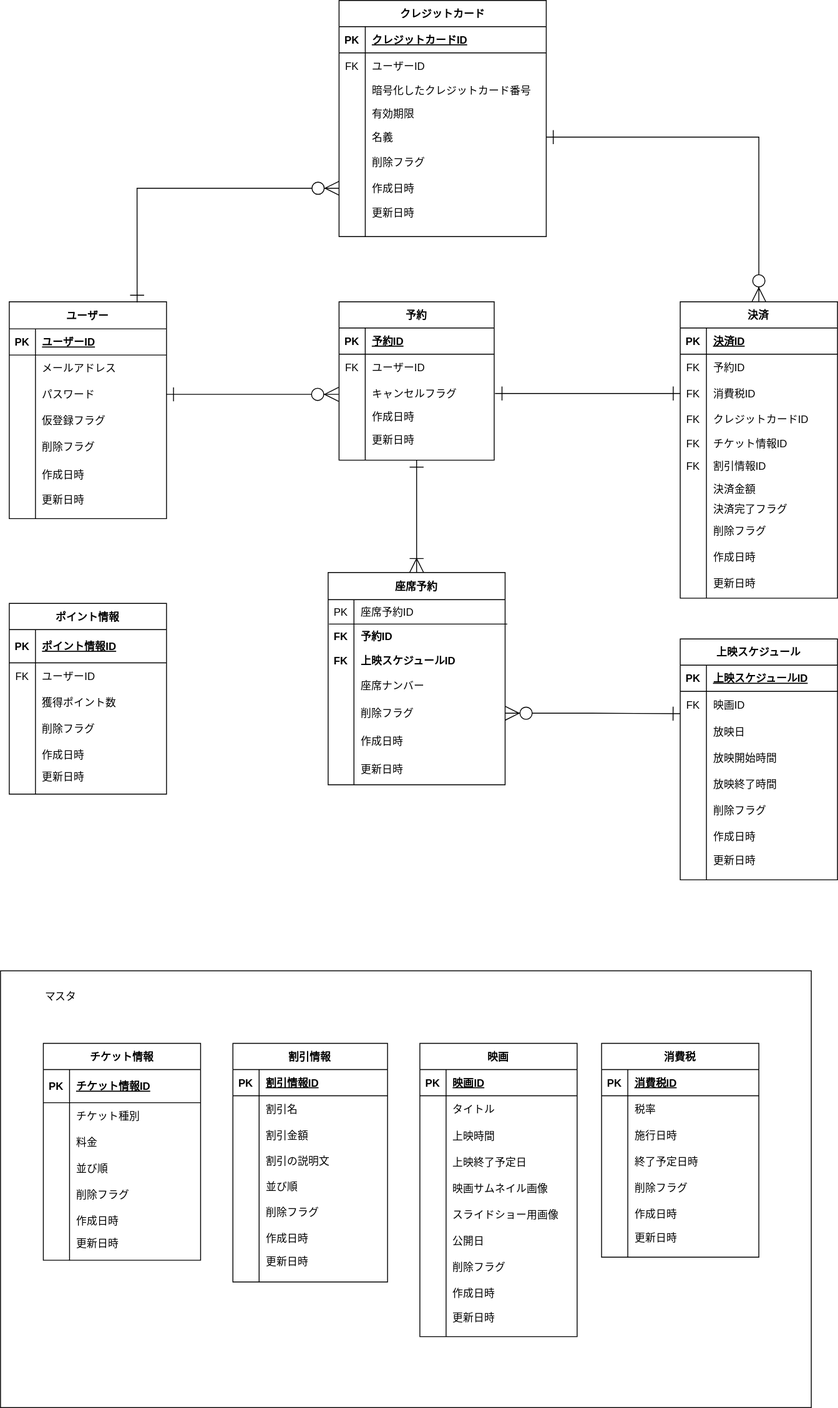
Above: document/team-dev.drawio.svg in labotinc/codegym-team6 (draw.io), before the change. Source tidied: cells renumbered, new cells last; positions are measured from the earlier drawing's top-left corner, leaving out a move shared by most shapes.
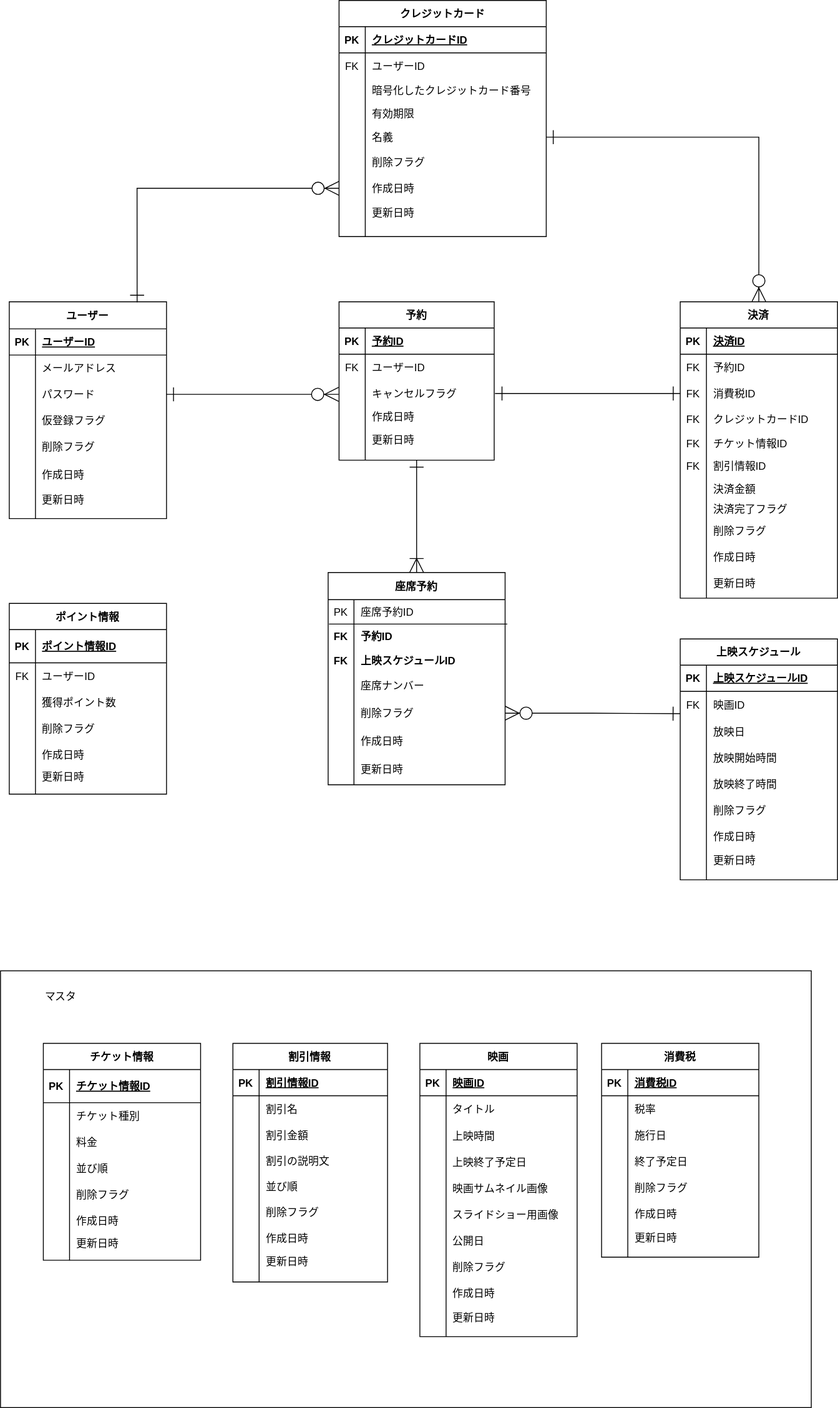
The same file after the commit.

Change to the diagram source:
```diff
@@ -641,7 +641,7 @@
     <mxCell id="214" style="shape=partialRectangle;fillColor=none;top=0;left=0;bottom=0;right=0;overflow=hidden;" parent="213" vertex="1">
       <mxGeometry width="30" height="30" as="geometry" />
     </mxCell>
-    <mxCell id="215" value="施行日時" style="shape=partialRectangle;fillColor=none;top=0;left=0;bottom=0;right=0;align=left;spacingLeft=6;overflow=hidden;" parent="213" vertex="1">
+    <mxCell id="215" value="施行日" style="shape=partialRectangle;fillColor=none;top=0;left=0;bottom=0;right=0;align=left;spacingLeft=6;overflow=hidden;" parent="213" vertex="1">
       <mxGeometry x="30" width="150" height="30" as="geometry" />
     </mxCell>
     <mxCell id="216" style="shape=partialRectangle;fillColor=none;top=0;left=0;bottom=0;right=0;" parent="206" vertex="1">
@@ -650,7 +650,7 @@
     <mxCell id="217" style="shape=partialRectangle;fillColor=none;top=0;left=0;bottom=0;right=0;overflow=hidden;" parent="216" vertex="1">
       <mxGeometry width="30" height="30" as="geometry" />
     </mxCell>
-    <mxCell id="218" value="終了予定日時" style="shape=partialRectangle;fillColor=none;top=0;left=0;bottom=0;right=0;align=left;spacingLeft=6;overflow=hidden;" parent="216" vertex="1">
+    <mxCell id="218" value="終了予定日" style="shape=partialRectangle;fillColor=none;top=0;left=0;bottom=0;right=0;align=left;spacingLeft=6;overflow=hidden;" parent="216" vertex="1">
       <mxGeometry x="30" width="150" height="30" as="geometry" />
     </mxCell>
     <mxCell id="219" style="shape=partialRectangle;fillColor=none;top=0;left=0;bottom=0;right=0;" parent="206" vertex="1">
```
